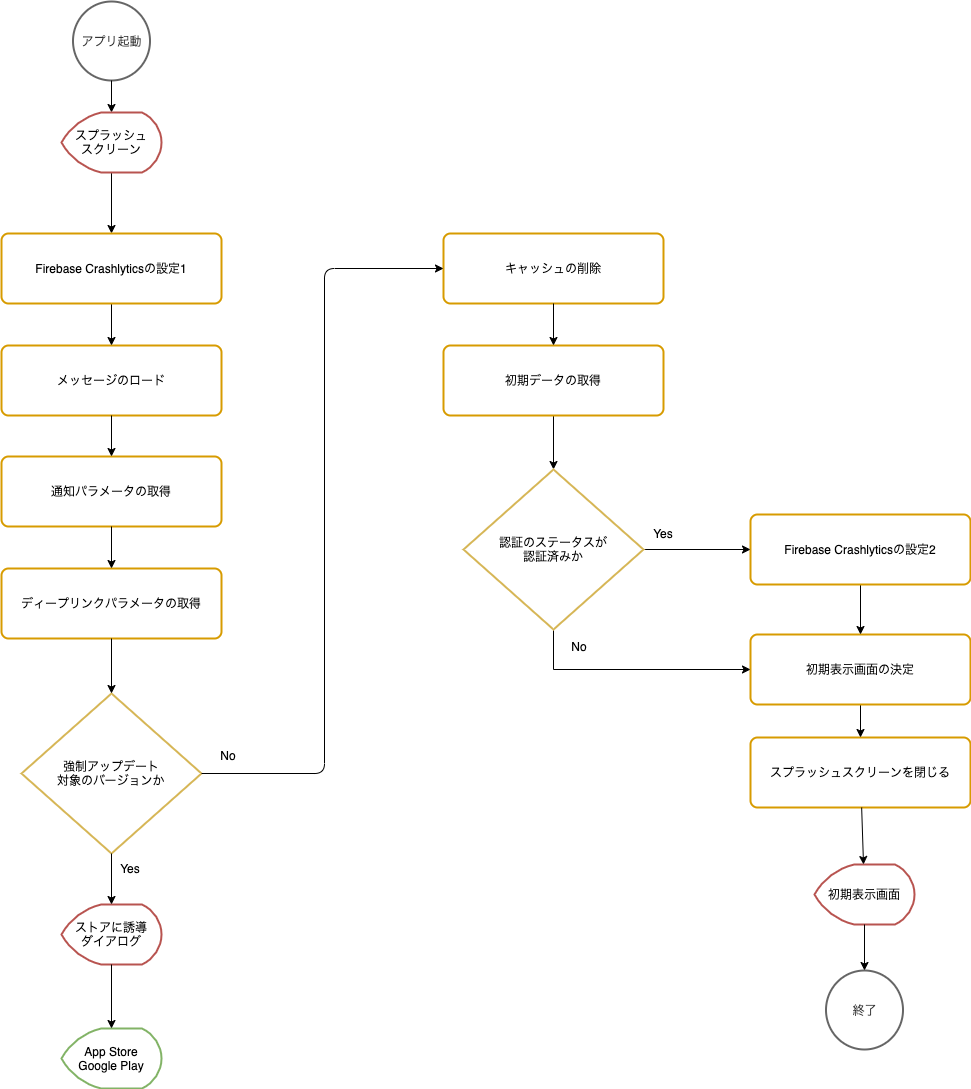
Fintan-contents/mobile-app-crib-notes keeps this draw.io diagram as website/docs/react-native/santoku/application-architecture/life-cycle-management/initialization-flow.drawio.png. Above is the earlier version. Source tidied: cells renumbered, new cells last; positions are measured from the earlier drawing's top-left corner, leaving out a move shared by most shapes.
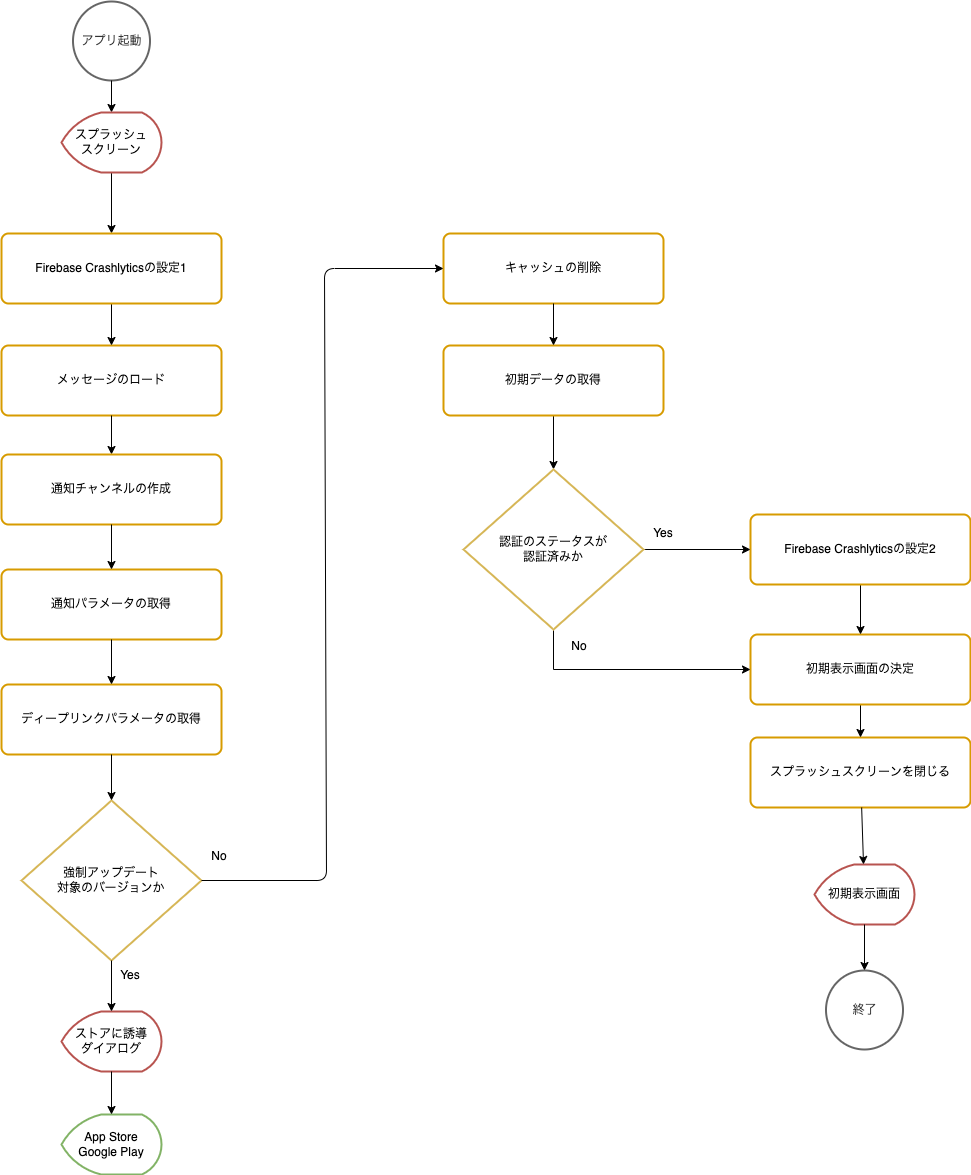
Later version of the same file.

Diff of the diagram source:
```diff
@@ -3,7 +3,7 @@
     <mxCell id="0" />
     <mxCell id="1" parent="0" />
     <mxCell id="2" value="強制アップデート&lt;br&gt;対象のバージョンか" style="strokeWidth=2;html=1;shape=mxgraph.flowchart.decision;whiteSpace=wrap;verticalAlign=middle;strokeColor=#d6b656;" parent="1" vertex="1">
-      <mxGeometry x="20" y="692" width="180" height="160" as="geometry" />
+      <mxGeometry x="20" y="799" width="180" height="160" as="geometry" />
     </mxCell>
     <mxCell id="3" value="アプリ起動" style="strokeWidth=2;html=1;shape=mxgraph.flowchart.start_2;whiteSpace=wrap;verticalAlign=middle;strokeColor=#666666;fontColor=#333333;" parent="1" vertex="1">
       <mxGeometry x="71.5" width="77" height="79" as="geometry" />
@@ -12,13 +12,13 @@
       <mxGeometry x="-604" y="21" as="geometry" />
     </mxCell>
     <mxCell id="5" value="App Store&lt;br&gt;Google Play" style="strokeWidth=2;html=1;shape=mxgraph.flowchart.display;whiteSpace=wrap;verticalAlign=middle;strokeColor=#82b366;" parent="1" vertex="1">
-      <mxGeometry x="60" y="1027" width="100" height="60" as="geometry" />
+      <mxGeometry x="60" y="1113" width="100" height="60" as="geometry" />
     </mxCell>
     <mxCell id="6" value="Yes" style="text;html=1;strokeColor=none;fillColor=none;align=center;verticalAlign=middle;whiteSpace=wrap;rounded=0;" parent="1" vertex="1">
-      <mxGeometry x="108.5" y="857" width="40" height="20" as="geometry" />
+      <mxGeometry x="108.5" y="964" width="40" height="20" as="geometry" />
     </mxCell>
     <mxCell id="7" value="No" style="text;html=1;strokeColor=none;fillColor=none;align=center;verticalAlign=middle;whiteSpace=wrap;rounded=0;" parent="1" vertex="1">
-      <mxGeometry x="207" y="744" width="40" height="20" as="geometry" />
+      <mxGeometry x="198" y="845" width="40" height="20" as="geometry" />
     </mxCell>
     <mxCell id="8" style="edgeStyle=orthogonalEdgeStyle;rounded=0;jettySize=auto;html=1;" parent="1" edge="1" source="9" target="32">
       <mxGeometry relative="1" as="geometry" />
@@ -27,13 +27,13 @@
       <mxGeometry x="60" y="111" width="100" height="60" as="geometry" />
     </mxCell>
     <mxCell id="10" value="ストアに誘導&lt;br&gt;ダイアログ" style="strokeWidth=2;html=1;shape=mxgraph.flowchart.display;whiteSpace=wrap;verticalAlign=middle;strokeColor=#b85450;" parent="1" vertex="1">
-      <mxGeometry x="60" y="903" width="100" height="60" as="geometry" />
+      <mxGeometry x="60" y="1010" width="100" height="60" as="geometry" />
     </mxCell>
     <mxCell id="11" style="endArrow=classic;html=1;" parent="1" edge="1" source="10" target="5">
-      <mxGeometry x="-806" y="601" as="geometry" />
+      <mxGeometry x="-806" y="708" as="geometry" />
     </mxCell>
     <mxCell id="12" style="endArrow=classic;html=1;" parent="1" edge="1" source="2" target="10">
-      <mxGeometry x="-604" y="424.5" as="geometry" />
+      <mxGeometry x="-604" y="531.5" as="geometry" />
     </mxCell>
     <mxCell id="13" style="edgeStyle=orthogonalEdgeStyle;rounded=0;jettySize=auto;html=1;" parent="1" edge="1" source="14" target="37">
       <mxGeometry relative="1" as="geometry" />
@@ -66,10 +66,10 @@
       <mxGeometry x="442" y="232" width="220" height="70" as="geometry" />
     </mxCell>
     <mxCell id="23" value="通知パラメータの取得" style="rounded=1;whiteSpace=wrap;html=1;absoluteArcSize=1;arcSize=14;strokeWidth=2;verticalAlign=middle;strokeColor=#d79b00;" parent="1" vertex="1">
-      <mxGeometry y="455" width="220" height="70" as="geometry" />
+      <mxGeometry y="568" width="220" height="70" as="geometry" />
     </mxCell>
     <mxCell id="24" value="ディープリンクパラメータの取得" style="rounded=1;whiteSpace=wrap;html=1;absoluteArcSize=1;arcSize=14;strokeWidth=2;verticalAlign=middle;strokeColor=#d79b00;" parent="1" vertex="1">
-      <mxGeometry y="567" width="220" height="70" as="geometry" />
+      <mxGeometry y="683" width="220" height="70" as="geometry" />
     </mxCell>
     <mxCell id="25" style="endArrow=classic;html=1;entryX=0.5;entryY=0;entryDx=0;entryDy=0;exitX=0.5;exitY=1;exitDx=0;exitDy=0;" parent="1" edge="1" source="23" target="24">
       <mxGeometry x="-594" y="173" as="geometry" />
@@ -83,7 +83,7 @@
     <mxCell id="28" style="endArrow=classic;html=1;entryX=0;entryY=0.5;entryDx=0;entryDy=0;exitX=1;exitY=0.5;exitDx=0;exitDy=0;exitPerimeter=0;" parent="1" edge="1" source="2" target="22">
       <mxGeometry x="-594" y="315.5" as="geometry">
         <Array as="points">
-          <mxPoint x="323" y="772" />
+          <mxPoint x="325" y="879" />
           <mxPoint x="323" y="267" />
         </Array>
       </mxGeometry>
@@ -91,7 +91,7 @@
     <mxCell id="29" value="メッセージのロード" style="rounded=1;whiteSpace=wrap;html=1;absoluteArcSize=1;arcSize=14;strokeWidth=2;verticalAlign=middle;strokeColor=#d79b00;" parent="1" vertex="1">
       <mxGeometry y="344" width="220" height="70" as="geometry" />
     </mxCell>
-    <mxCell id="30" style="endArrow=classic;html=1;exitX=0.5;exitY=1;exitDx=0;exitDy=0;" parent="1" edge="1" source="29" target="23">
+    <mxCell id="30" style="endArrow=classic;html=1;exitX=0.5;exitY=1;exitDx=0;exitDy=0;" parent="1" edge="1" source="29" target="40">
       <mxGeometry x="-594" y="54" as="geometry" />
     </mxCell>
     <mxCell id="31" style="edgeStyle=orthogonalEdgeStyle;rounded=0;jettySize=auto;html=1;" parent="1" edge="1" source="32" target="29">
@@ -125,5 +125,11 @@
     <mxCell id="39" value="Yes" style="text;html=1;strokeColor=none;fillColor=none;align=center;verticalAlign=middle;whiteSpace=wrap;rounded=0;" parent="1" vertex="1">
       <mxGeometry x="642" y="522" width="40" height="20" as="geometry" />
     </mxCell>
+    <mxCell id="40" value="通知チャンネルの作成" style="rounded=1;whiteSpace=wrap;html=1;absoluteArcSize=1;arcSize=14;strokeWidth=2;verticalAlign=middle;strokeColor=#d79b00;" parent="1" vertex="1">
+      <mxGeometry y="453" width="220" height="70" as="geometry" />
+    </mxCell>
+    <mxCell id="41" style="endArrow=classic;html=1;" parent="1" edge="1" source="40" target="23">
+      <mxGeometry x="-584" y="64" as="geometry" />
+    </mxCell>
   </root>
 </mxGraphModel>
```
